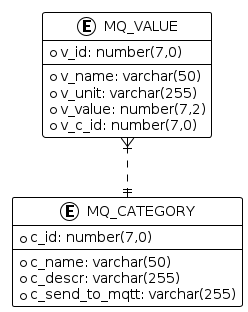
This is images/lab07-erd.png from 2223-4bhitm-sew/2223-4bhitm-sew-lecture-notes, a PlantUML export, as it was before one commit.
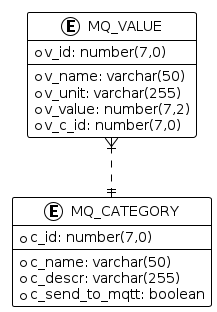
Above is the later version.

Diff of the diagram source:
```diff
@@ -150,7 +150,7 @@
   --
   * c_name: varchar(50)
   * c_descr: varchar(255)
-  * c_send_to_mqtt: varchar(255)
+  * c_send_to_mqtt: boolean
 }
 
 entity MQ_VALUE {
```
